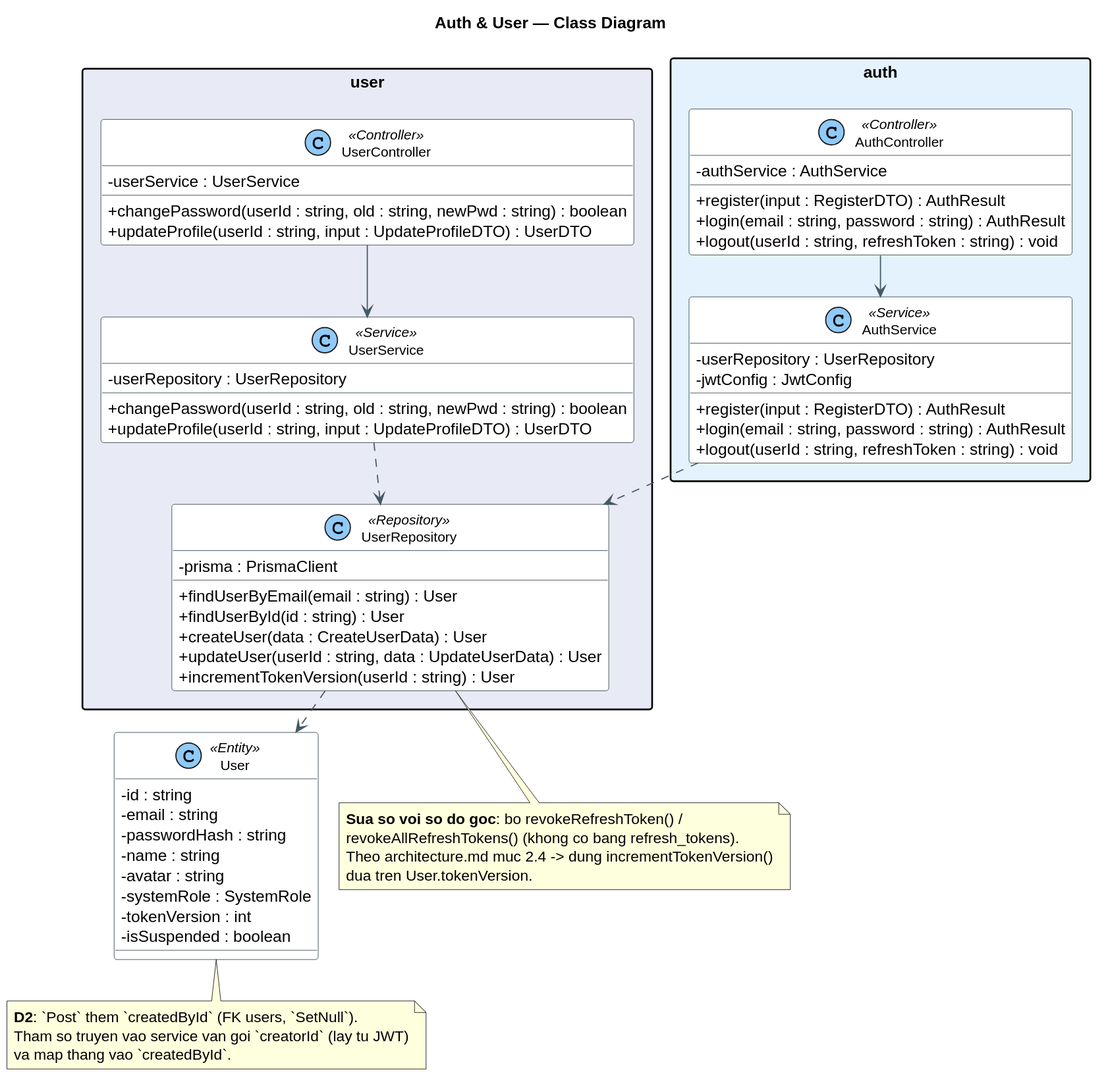
Earlier version of the PlantUML export docs/diagrams/02-auth-user.svg (Pham-Hong-Ky/marka-capstone). The source it was exported from:
```plantuml
@startuml
!pragma layout smetana
!pragma layout smetana
skinparam dpi 120
skinparam shadowing false
skinparam classAttributeIconSize 0
skinparam packageStyle rectangle
skinparam class {
  BackgroundColor #FFFFFF
  BorderColor #37474F
  ArrowColor #455A64
  FontSize 12
}
skinparam stereotypeCBackgroundColor #90CAF9
title Auth & User — Class Diagram

package "auth" #E3F2FD {
  class AuthController <<Controller>> {
    - authService : AuthService
    + register(input : RegisterDTO) : AuthResult
    + login(email : string, password : string) : AuthResult
    + logout(userId : string, refreshToken : string) : void
  }
  class AuthService <<Service>> {
    - userRepository : UserRepository
    - jwtConfig : JwtConfig
    + register(input : RegisterDTO) : AuthResult
    + login(email : string, password : string) : AuthResult
    + logout(userId : string, refreshToken : string) : void
  }
}

package "user" #E8EAF6 {
  class UserController <<Controller>> {
    - userService : UserService
    + changePassword(userId : string, old : string, newPwd : string) : boolean
    + updateProfile(userId : string, input : UpdateProfileDTO) : UserDTO
  }
  class UserService <<Service>> {
    - userRepository : UserRepository
    + changePassword(userId : string, old : string, newPwd : string) : boolean
    + updateProfile(userId : string, input : UpdateProfileDTO) : UserDTO
  }
  class UserRepository <<Repository>> {
    - prisma : PrismaClient
    + findUserByEmail(email : string) : User
    + findUserById(id : string) : User
    + createUser(data : CreateUserData) : User
    + updateUser(userId : string, data : UpdateUserData) : User
    + incrementTokenVersion(userId : string) : User
  }
}

class User <<Entity>> {
  - id : string
  - email : string
  - passwordHash : string
  - name : string
  - avatar : string
  - systemRole : SystemRole
  - tokenVersion : int
  - isSuspended : boolean
}

AuthController --> AuthService
UserController --> UserService
AuthService ..> UserRepository
UserService ..> UserRepository
UserRepository ..> User

note bottom of UserRepository
  **Sua so voi so do goc**: bo revokeRefreshToken() /
  revokeAllRefreshTokens() (khong co bang refresh_tokens).
  Theo architecture.md muc 2.4 -> dung incrementTokenVersion()
  dua tren User.tokenVersion.
end note

note bottom of User
  **D2**: `Post` them `createdById` (FK users, `SetNull`).
  Tham so truyen vao service van goi `creatorId` (lay tu JWT)
  va map thang vao `createdById`.
end note
@enduml
```
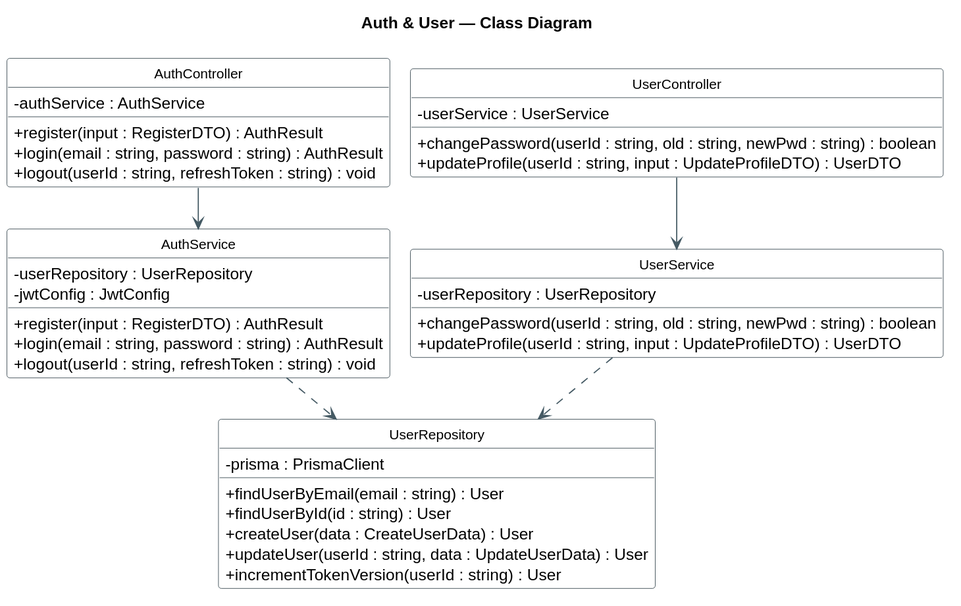
After the commit.

Change to the diagram source:
```diff
@@ -11,73 +11,43 @@
   ArrowColor #455A64
   FontSize 12
 }
-skinparam stereotypeCBackgroundColor #90CAF9
+hide circle
 title Auth & User — Class Diagram
 
-package "auth" #E3F2FD {
-  class AuthController <<Controller>> {
-    - authService : AuthService
-    + register(input : RegisterDTO) : AuthResult
-    + login(email : string, password : string) : AuthResult
-    + logout(userId : string, refreshToken : string) : void
-  }
-  class AuthService <<Service>> {
-    - userRepository : UserRepository
-    - jwtConfig : JwtConfig
-    + register(input : RegisterDTO) : AuthResult
-    + login(email : string, password : string) : AuthResult
-    + logout(userId : string, refreshToken : string) : void
-  }
+class AuthController {
+  - authService : AuthService
+  + register(input : RegisterDTO) : AuthResult
+  + login(email : string, password : string) : AuthResult
+  + logout(userId : string, refreshToken : string) : void
 }
-
-package "user" #E8EAF6 {
-  class UserController <<Controller>> {
-    - userService : UserService
-    + changePassword(userId : string, old : string, newPwd : string) : boolean
-    + updateProfile(userId : string, input : UpdateProfileDTO) : UserDTO
-  }
-  class UserService <<Service>> {
-    - userRepository : UserRepository
-    + changePassword(userId : string, old : string, newPwd : string) : boolean
-    + updateProfile(userId : string, input : UpdateProfileDTO) : UserDTO
-  }
-  class UserRepository <<Repository>> {
-    - prisma : PrismaClient
-    + findUserByEmail(email : string) : User
-    + findUserById(id : string) : User
-    + createUser(data : CreateUserData) : User
-    + updateUser(userId : string, data : UpdateUserData) : User
-    + incrementTokenVersion(userId : string) : User
-  }
+class AuthService {
+  - userRepository : UserRepository
+  - jwtConfig : JwtConfig
+  + register(input : RegisterDTO) : AuthResult
+  + login(email : string, password : string) : AuthResult
+  + logout(userId : string, refreshToken : string) : void
 }
-
-class User <<Entity>> {
-  - id : string
-  - email : string
-  - passwordHash : string
-  - name : string
-  - avatar : string
-  - systemRole : SystemRole
-  - tokenVersion : int
-  - isSuspended : boolean
+class UserController {
+  - userService : UserService
+  + changePassword(userId : string, old : string, newPwd : string) : boolean
+  + updateProfile(userId : string, input : UpdateProfileDTO) : UserDTO
+}
+class UserService {
+  - userRepository : UserRepository
+  + changePassword(userId : string, old : string, newPwd : string) : boolean
+  + updateProfile(userId : string, input : UpdateProfileDTO) : UserDTO
+}
+class UserRepository {
+  - prisma : PrismaClient
+  + findUserByEmail(email : string) : User
+  + findUserById(id : string) : User
+  + createUser(data : CreateUserData) : User
+  + updateUser(userId : string, data : UpdateUserData) : User
+  + incrementTokenVersion(userId : string) : User
 }
 
 AuthController --> AuthService
 UserController --> UserService
 AuthService ..> UserRepository
 UserService ..> UserRepository
-UserRepository ..> User
-
-note bottom of UserRepository
-  **Sua so voi so do goc**: bo revokeRefreshToken() /
-  revokeAllRefreshTokens() (khong co bang refresh_tokens).
-  Theo architecture.md muc 2.4 -> dung incrementTokenVersion()
-  dua tren User.tokenVersion.
-end note
-
-note bottom of User
-  **D2**: `Post` them `createdById` (FK users, `SetNull`).
-  Tham so truyen vao service van goi `creatorId` (lay tu JWT)
-  va map thang vao `createdById`.
-end note
 @enduml
```
